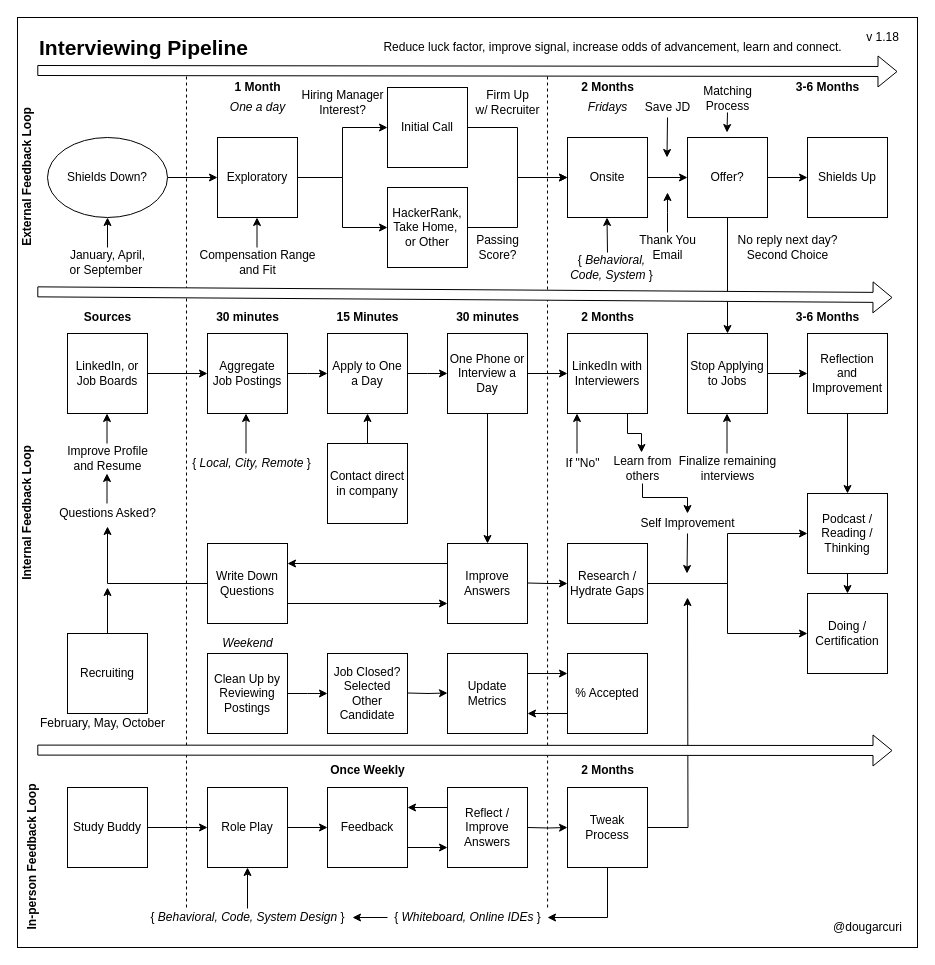
Earlier version of the draw.io diagram interviews/diagrams/interviewing-pipeline.drawio (solidi/learning-notes). Source tidied: cells renumbered, new cells numbered last; positions are measured from the earlier drawing's top-left corner, leaving out a move shared by most shapes. Both pictures are drawn from the tidied source at 100%, with x=0, y=0 at pixel (-48, 17).
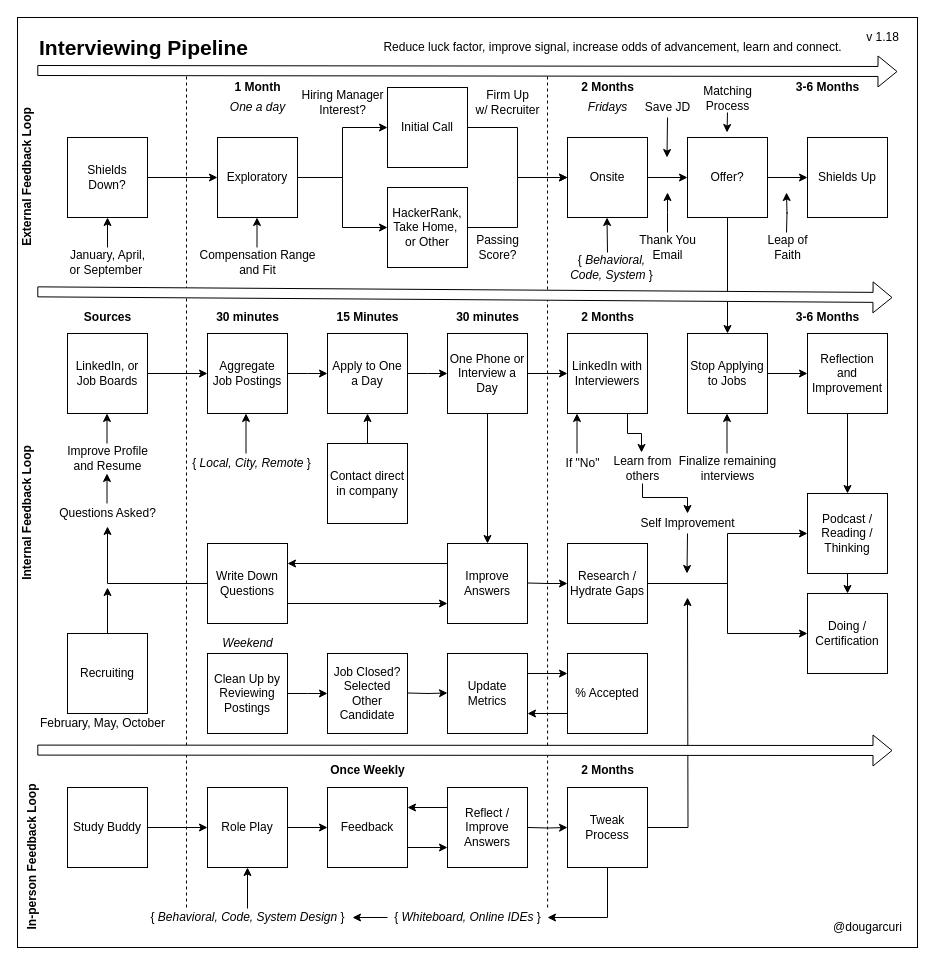
The same diagram, later.

Commit message (it also covers changes not shown here):
Add minor updates to the interview diagram for taste

The edit, as a diff of the source:
```diff
@@
-    <mxCell id="4" value="Shields Down?" style="ellipse;whiteSpace=wrap;html=1;" parent="1" vertex="1">
-      <mxGeometry x="95" y="120" width="120" height="80" as="geometry" />
-    </mxCell>
@@
-    <mxCell id="121" value="No reply next day?&lt;br&gt;Second Choice" style="text;html=1;align=center;verticalAlign=middle;" parent="1" vertex="1">
-      <mxGeometry x="775" y="215" width="120" height="30" as="geometry" />
-    </mxCell>
@@
+    <mxCell id="130" value="Leap of&lt;br&gt;Faith" style="text;html=1;align=center;verticalAlign=middle;" parent="1" vertex="1">
+      <mxGeometry x="805" y="215" width="60" height="30" as="geometry" />
+    </mxCell>
+    <mxCell id="131" style="edgeStyle=orthogonalEdgeStyle;rounded=0;orthogonalLoop=1;jettySize=auto;html=1;" parent="1" edge="1">
+      <mxGeometry relative="1" as="geometry">
+        <mxPoint x="834" y="215" as="sourcePoint" />
+        <mxPoint x="834" y="175" as="targetPoint" />
+      </mxGeometry>
+    </mxCell>
+    <mxCell id="4" value="Shields&lt;br&gt;Down?" style="whiteSpace=wrap;html=1;" parent="1" vertex="1">
+      <mxGeometry x="115" y="120" width="80" height="80" as="geometry" />
+    </mxCell>
```
